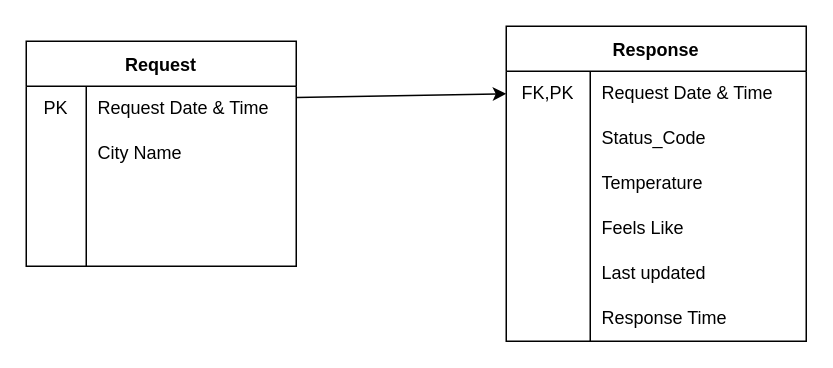
Earlier version of the draw.io diagram HW12_V2/ERD.dio (HosseinTahami/HW-98). Source tidied: cells renumbered, new cells numbered last; positions are measured from the earlier drawing's top-left corner, leaving out a move shared by most shapes. Both pictures are drawn from the tidied source at 150%, with x=0, y=0 at pixel (26, 26).
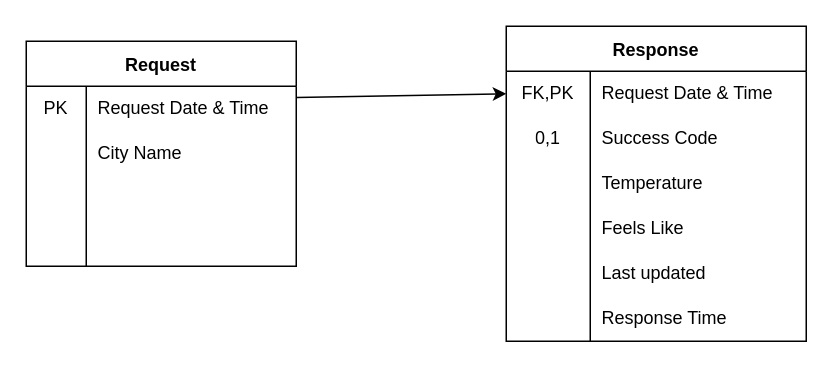
The same diagram, later.

Commit message:
Changed Status code to success code

Unchanged cells that the change refers to:
```xml
<mxCell id="20" style="shape=tableRow;horizontal=0;startSize=0;swimlaneHead=0;swimlaneBody=0;top=0;left=0;bottom=0;right=0;fillColor=none;" parent="16" vertex="1">
  <mxGeometry y="60" width="200" height="30" as="geometry" />
</mxCell>
```

Diff of the diagram source:
```diff
@@
-    <mxCell id="21" style="shape=partialRectangle;html=1;whiteSpace=wrap;fillColor=none;top=0;left=0;bottom=0;right=0;overflow=hidden;" parent="20" vertex="1">
+    <mxCell id="21" value="0,1" style="shape=partialRectangle;html=1;whiteSpace=wrap;fillColor=none;top=0;left=0;bottom=0;right=0;overflow=hidden;" parent="20" vertex="1">
       <mxGeometry width="56" height="30" as="geometry" />
     </mxCell>
-    <mxCell id="22" value="Status_Code" style="shape=partialRectangle;html=1;whiteSpace=wrap;fillColor=none;top=0;left=0;bottom=0;right=0;align=left;spacingLeft=6;overflow=hidden;" parent="20" vertex="1">
+    <mxCell id="22" value="Success Code" style="shape=partialRectangle;html=1;whiteSpace=wrap;fillColor=none;top=0;left=0;bottom=0;right=0;align=left;spacingLeft=6;overflow=hidden;" parent="20" vertex="1">
       <mxGeometry x="56" width="144" height="30" as="geometry" />
     </mxCell>
```
